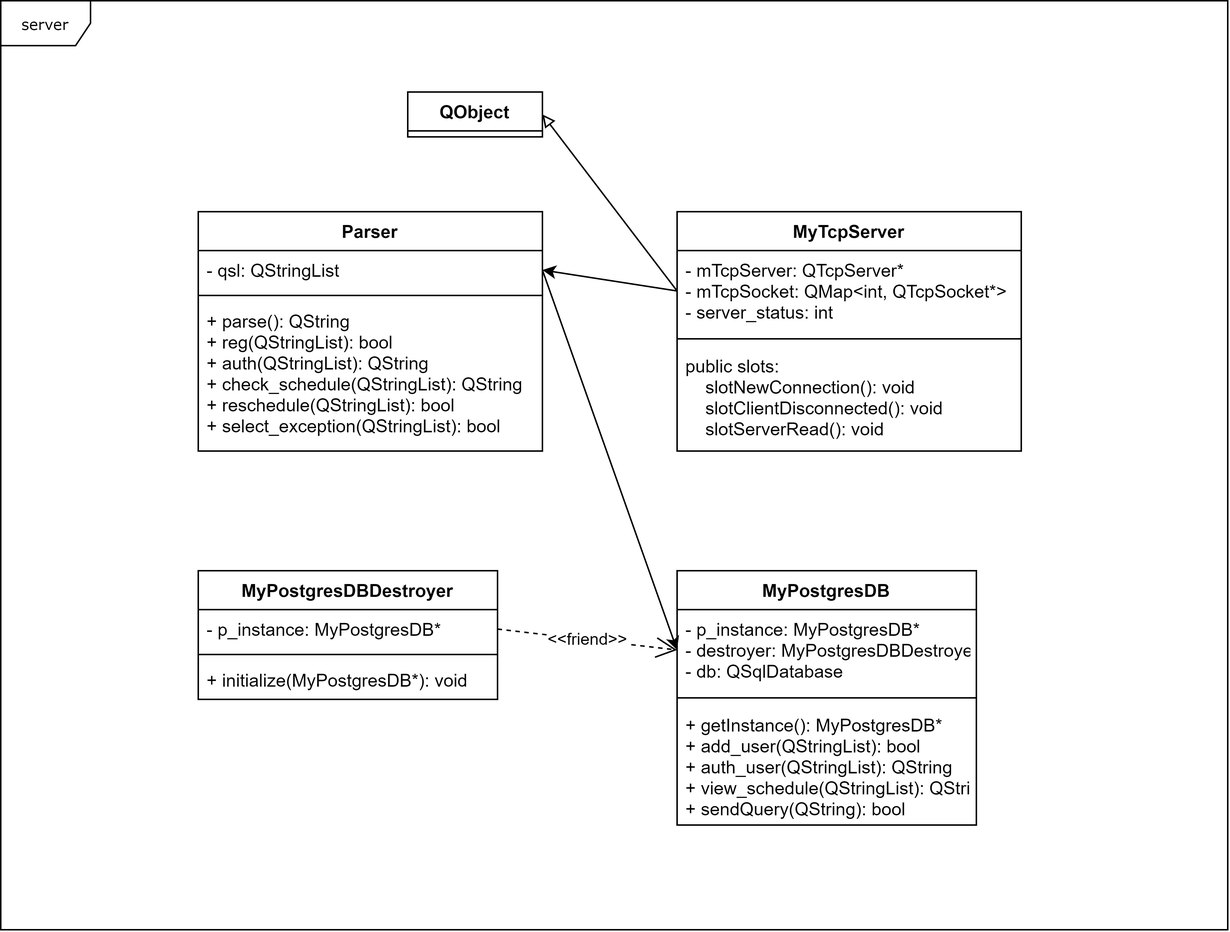
Above: files/class diagram/server_class_diagram.png in zefixed/raspyxxx (draw.io), before the change. Source tidied: cells renumbered, new cells last; positions are measured from the earlier drawing's top-left corner, leaving out a move shared by most shapes. Source of this version:
```xml
<mxGraphModel>
  <root>
    <mxCell id="0" />
    <mxCell id="1" parent="0" />
    <mxCell id="2" value="server" style="shape=umlFrame;whiteSpace=wrap;html=1;rounded=0;shadow=0;comic=0;labelBackgroundColor=none;strokeWidth=1;fontFamily=Verdana;fontSize=10;align=center;" parent="1" vertex="1">
      <mxGeometry width="820" height="621" as="geometry" />
    </mxCell>
    <mxCell id="3" value="Parser" style="swimlane;fontStyle=1;align=center;verticalAlign=top;horizontal=1;startSize=26;" parent="1" vertex="1">
      <mxGeometry x="132" y="141" width="230" height="160" as="geometry" />
    </mxCell>
    <mxCell id="4" value="- qsl: QStringList" style="text;strokeColor=none;fillColor=none;align=left;verticalAlign=top;spacingLeft=4;spacingRight=4;overflow=hidden;points=[[0,0.5],[1,0.5]];portConstraint=eastwest;" parent="3" vertex="1">
      <mxGeometry y="26" width="230" height="26" as="geometry" />
    </mxCell>
    <mxCell id="5" style="line;strokeWidth=1;fillColor=none;align=left;verticalAlign=middle;spacingTop=-1;spacingLeft=3;spacingRight=3;labelPosition=right;strokeColor=inherit;" parent="3" vertex="1">
      <mxGeometry y="52" width="230" height="8" as="geometry" />
    </mxCell>
    <mxCell id="6" value="+ parse(): QString&#10;+ reg(QStringList): bool&#10;+ auth(QStringList): QString&#10;+ check_schedule(QStringList): QString&#10;+ reschedule(QStringList): bool&#10;+ select_exception(QStringList): bool" style="text;strokeColor=none;fillColor=none;align=left;verticalAlign=top;spacingLeft=4;spacingRight=4;overflow=hidden;" parent="3" vertex="1">
      <mxGeometry y="60" width="230" height="100" as="geometry" />
    </mxCell>
    <mxCell id="7" value="MyPostgresDBDestroyer" style="swimlane;fontStyle=1;align=center;verticalAlign=top;horizontal=1;startSize=26;" parent="1" vertex="1">
      <mxGeometry x="132" y="381" width="200" height="86" as="geometry" />
    </mxCell>
    <mxCell id="8" value="- p_instance: MyPostgresDB*" style="text;strokeColor=none;fillColor=none;align=left;verticalAlign=top;spacingLeft=4;spacingRight=4;overflow=hidden;points=[[0,0.5],[1,0.5]];portConstraint=eastwest;" parent="7" vertex="1">
      <mxGeometry y="26" width="200" height="26" as="geometry" />
    </mxCell>
    <mxCell id="9" style="line;strokeWidth=1;fillColor=none;align=left;verticalAlign=middle;spacingTop=-1;spacingLeft=3;spacingRight=3;labelPosition=right;strokeColor=inherit;" parent="7" vertex="1">
      <mxGeometry y="52" width="200" height="8" as="geometry" />
    </mxCell>
    <mxCell id="10" value="+ initialize(MyPostgresDB*): void" style="text;strokeColor=none;fillColor=none;align=left;verticalAlign=top;spacingLeft=4;spacingRight=4;overflow=hidden;" parent="7" vertex="1">
      <mxGeometry y="60" width="200" height="26" as="geometry" />
    </mxCell>
    <mxCell id="11" value="MyTcpServer" style="swimlane;fontStyle=1;align=center;verticalAlign=top;horizontal=1;startSize=26;" parent="1" vertex="1">
      <mxGeometry x="452" y="141" width="230" height="160" as="geometry" />
    </mxCell>
    <mxCell id="12" value="- mTcpServer: QTcpServer*&#10;- mTcpSocket: QMap&lt;int, QTcpSocket*&gt;&#10;- server_status: int" style="text;strokeColor=none;fillColor=none;align=left;verticalAlign=top;spacingLeft=4;spacingRight=4;overflow=hidden;points=[[0,0.5],[1,0.5]];portConstraint=eastwest;" parent="11" vertex="1">
      <mxGeometry y="26" width="230" height="54" as="geometry" />
    </mxCell>
    <mxCell id="13" style="line;strokeWidth=1;fillColor=none;align=left;verticalAlign=middle;spacingTop=-1;spacingLeft=3;spacingRight=3;labelPosition=right;strokeColor=inherit;" parent="11" vertex="1">
      <mxGeometry y="80" width="230" height="10" as="geometry" />
    </mxCell>
    <mxCell id="14" value="public slots:&#10;    slotNewConnection(): void&#10;    slotClientDisconnected(): void&#10;    slotServerRead(): void " style="text;strokeColor=none;fillColor=none;align=left;verticalAlign=top;spacingLeft=4;spacingRight=4;overflow=hidden;" parent="11" vertex="1">
      <mxGeometry y="90" width="230" height="70" as="geometry" />
    </mxCell>
    <mxCell id="15" value="MyPostgresDB" style="swimlane;fontStyle=1;align=center;verticalAlign=top;horizontal=1;startSize=26;" parent="1" vertex="1">
      <mxGeometry x="452" y="381" width="200" height="170" as="geometry" />
    </mxCell>
    <mxCell id="16" value="- p_instance: MyPostgresDB*&#10;- destroyer: MyPostgresDBDestroyer&#10;- db: QSqlDatabase" style="text;strokeColor=none;fillColor=none;align=left;verticalAlign=top;spacingLeft=4;spacingRight=4;overflow=hidden;points=[[0,0.5],[1,0.5]];portConstraint=eastwest;" parent="15" vertex="1">
      <mxGeometry y="26" width="200" height="54" as="geometry" />
    </mxCell>
    <mxCell id="17" style="line;strokeWidth=1;fillColor=none;align=left;verticalAlign=middle;spacingTop=-1;spacingLeft=3;spacingRight=3;labelPosition=right;strokeColor=inherit;" parent="15" vertex="1">
      <mxGeometry y="80" width="200" height="10" as="geometry" />
    </mxCell>
    <mxCell id="18" value="+ getInstance(): MyPostgresDB*&#10;+ add_user(QStringList): bool&#10;+ auth_user(QStringList): QString&#10;+ view_schedule(QStringList): QString&#10;+ sendQuery(QString): bool" style="text;strokeColor=none;fillColor=none;align=left;verticalAlign=top;spacingLeft=4;spacingRight=4;overflow=hidden;" parent="15" vertex="1">
      <mxGeometry y="90" width="200" height="80" as="geometry" />
    </mxCell>
    <mxCell id="19" style="endArrow=classic;html=1;rounded=0;exitX=1;exitY=0.5;exitDx=0;exitDy=0;entryX=0;entryY=0.5;entryDx=0;entryDy=0;" parent="1" edge="1" source="4" target="16">
      <mxGeometry relative="1" as="geometry" />
    </mxCell>
    <mxCell id="20" style="endArrow=classic;html=1;rounded=0;entryX=1;entryY=0.5;entryDx=0;entryDy=0;exitX=0;exitY=0.5;exitDx=0;exitDy=0;" parent="1" edge="1" source="12" target="4">
      <mxGeometry relative="1" as="geometry" />
    </mxCell>
    <mxCell id="21" value="QObject" style="swimlane;fontStyle=1;align=center;verticalAlign=top;horizontal=1;startSize=26;" parent="1" vertex="1" collapsed="1">
      <mxGeometry x="272" y="61" width="90" height="30" as="geometry" />
    </mxCell>
    <mxCell id="22" style="endArrow=block;html=1;rounded=0;exitX=0;exitY=0.5;exitDx=0;exitDy=0;entryX=1;entryY=0.5;entryDx=0;entryDy=0;endFill=0;" parent="1" edge="1" source="12" target="21">
      <mxGeometry relative="1" as="geometry" />
    </mxCell>
    <mxCell id="23" value="&amp;lt;&amp;lt;friend&amp;gt;&amp;gt;" style="endArrow=open;endSize=12;dashed=1;html=1;rounded=0;entryX=0;entryY=0.5;entryDx=0;entryDy=0;exitX=1;exitY=0.5;exitDx=0;exitDy=0;" parent="1" edge="1" source="8" target="16">
      <mxGeometry relative="1" as="geometry" />
    </mxCell>
  </root>
</mxGraphModel>
```
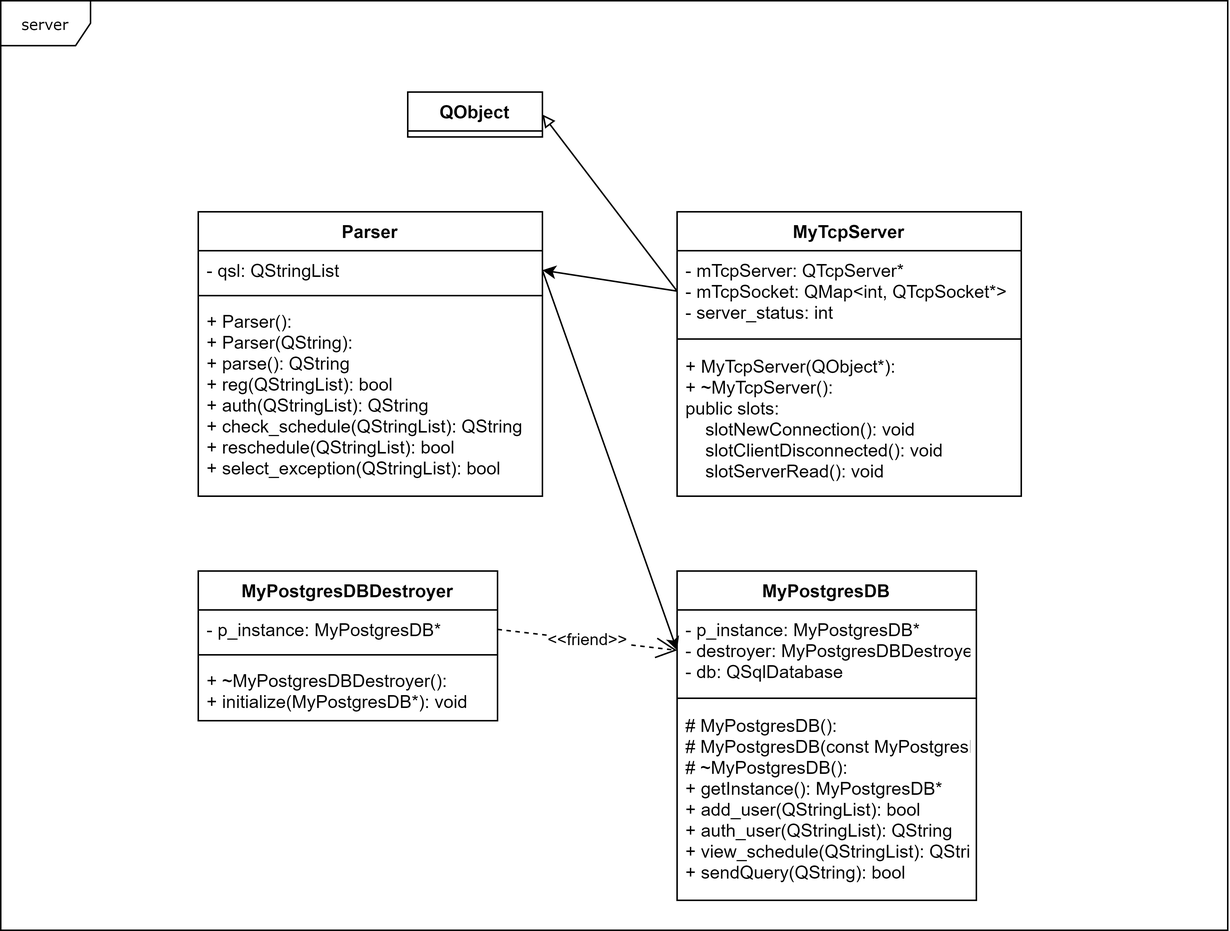
The same file after the commit.

What changed in the source:
```diff
@@ -6,7 +6,7 @@
       <mxGeometry width="820" height="621" as="geometry" />
     </mxCell>
     <mxCell id="3" value="Parser" style="swimlane;fontStyle=1;align=center;verticalAlign=top;horizontal=1;startSize=26;" parent="1" vertex="1">
-      <mxGeometry x="132" y="141" width="230" height="160" as="geometry" />
+      <mxGeometry x="132" y="141" width="230" height="190" as="geometry" />
     </mxCell>
     <mxCell id="4" value="- qsl: QStringList" style="text;strokeColor=none;fillColor=none;align=left;verticalAlign=top;spacingLeft=4;spacingRight=4;overflow=hidden;points=[[0,0.5],[1,0.5]];portConstraint=eastwest;" parent="3" vertex="1">
       <mxGeometry y="26" width="230" height="26" as="geometry" />
@@ -14,11 +14,11 @@
     <mxCell id="5" style="line;strokeWidth=1;fillColor=none;align=left;verticalAlign=middle;spacingTop=-1;spacingLeft=3;spacingRight=3;labelPosition=right;strokeColor=inherit;" parent="3" vertex="1">
       <mxGeometry y="52" width="230" height="8" as="geometry" />
     </mxCell>
-    <mxCell id="6" value="+ parse(): QString&#10;+ reg(QStringList): bool&#10;+ auth(QStringList): QString&#10;+ check_schedule(QStringList): QString&#10;+ reschedule(QStringList): bool&#10;+ select_exception(QStringList): bool" style="text;strokeColor=none;fillColor=none;align=left;verticalAlign=top;spacingLeft=4;spacingRight=4;overflow=hidden;" parent="3" vertex="1">
-      <mxGeometry y="60" width="230" height="100" as="geometry" />
+    <mxCell id="6" value="+ Parser():&#10;+ Parser(QString):&#10;+ parse(): QString&#10;+ reg(QStringList): bool&#10;+ auth(QStringList): QString&#10;+ check_schedule(QStringList): QString&#10;+ reschedule(QStringList): bool&#10;+ select_exception(QStringList): bool" style="text;strokeColor=none;fillColor=none;align=left;verticalAlign=top;spacingLeft=4;spacingRight=4;overflow=hidden;" parent="3" vertex="1">
+      <mxGeometry y="60" width="230" height="130" as="geometry" />
     </mxCell>
     <mxCell id="7" value="MyPostgresDBDestroyer" style="swimlane;fontStyle=1;align=center;verticalAlign=top;horizontal=1;startSize=26;" parent="1" vertex="1">
-      <mxGeometry x="132" y="381" width="200" height="86" as="geometry" />
+      <mxGeometry x="132" y="381" width="200" height="100" as="geometry" />
     </mxCell>
     <mxCell id="8" value="- p_instance: MyPostgresDB*" style="text;strokeColor=none;fillColor=none;align=left;verticalAlign=top;spacingLeft=4;spacingRight=4;overflow=hidden;points=[[0,0.5],[1,0.5]];portConstraint=eastwest;" parent="7" vertex="1">
       <mxGeometry y="26" width="200" height="26" as="geometry" />
@@ -26,11 +26,11 @@
     <mxCell id="9" style="line;strokeWidth=1;fillColor=none;align=left;verticalAlign=middle;spacingTop=-1;spacingLeft=3;spacingRight=3;labelPosition=right;strokeColor=inherit;" parent="7" vertex="1">
       <mxGeometry y="52" width="200" height="8" as="geometry" />
     </mxCell>
-    <mxCell id="10" value="+ initialize(MyPostgresDB*): void" style="text;strokeColor=none;fillColor=none;align=left;verticalAlign=top;spacingLeft=4;spacingRight=4;overflow=hidden;" parent="7" vertex="1">
-      <mxGeometry y="60" width="200" height="26" as="geometry" />
+    <mxCell id="10" value="+ ~MyPostgresDBDestroyer(): &#10;+ initialize(MyPostgresDB*): void" style="text;strokeColor=none;fillColor=none;align=left;verticalAlign=top;spacingLeft=4;spacingRight=4;overflow=hidden;" parent="7" vertex="1">
+      <mxGeometry y="60" width="200" height="40" as="geometry" />
     </mxCell>
     <mxCell id="11" value="MyTcpServer" style="swimlane;fontStyle=1;align=center;verticalAlign=top;horizontal=1;startSize=26;" parent="1" vertex="1">
-      <mxGeometry x="452" y="141" width="230" height="160" as="geometry" />
+      <mxGeometry x="452" y="141" width="230" height="190" as="geometry" />
     </mxCell>
     <mxCell id="12" value="- mTcpServer: QTcpServer*&#10;- mTcpSocket: QMap&lt;int, QTcpSocket*&gt;&#10;- server_status: int" style="text;strokeColor=none;fillColor=none;align=left;verticalAlign=top;spacingLeft=4;spacingRight=4;overflow=hidden;points=[[0,0.5],[1,0.5]];portConstraint=eastwest;" parent="11" vertex="1">
       <mxGeometry y="26" width="230" height="54" as="geometry" />
@@ -38,11 +38,11 @@
     <mxCell id="13" style="line;strokeWidth=1;fillColor=none;align=left;verticalAlign=middle;spacingTop=-1;spacingLeft=3;spacingRight=3;labelPosition=right;strokeColor=inherit;" parent="11" vertex="1">
       <mxGeometry y="80" width="230" height="10" as="geometry" />
     </mxCell>
-    <mxCell id="14" value="public slots:&#10;    slotNewConnection(): void&#10;    slotClientDisconnected(): void&#10;    slotServerRead(): void " style="text;strokeColor=none;fillColor=none;align=left;verticalAlign=top;spacingLeft=4;spacingRight=4;overflow=hidden;" parent="11" vertex="1">
-      <mxGeometry y="90" width="230" height="70" as="geometry" />
+    <mxCell id="14" value="+ MyTcpServer(QObject*): &#10;+ ~MyTcpServer(): &#10;public slots:&#10;    slotNewConnection(): void&#10;    slotClientDisconnected(): void&#10;    slotServerRead(): void " style="text;strokeColor=none;fillColor=none;align=left;verticalAlign=top;spacingLeft=4;spacingRight=4;overflow=hidden;" parent="11" vertex="1">
+      <mxGeometry y="90" width="230" height="100" as="geometry" />
     </mxCell>
     <mxCell id="15" value="MyPostgresDB" style="swimlane;fontStyle=1;align=center;verticalAlign=top;horizontal=1;startSize=26;" parent="1" vertex="1">
-      <mxGeometry x="452" y="381" width="200" height="170" as="geometry" />
+      <mxGeometry x="452" y="381" width="200" height="220" as="geometry" />
     </mxCell>
     <mxCell id="16" value="- p_instance: MyPostgresDB*&#10;- destroyer: MyPostgresDBDestroyer&#10;- db: QSqlDatabase" style="text;strokeColor=none;fillColor=none;align=left;verticalAlign=top;spacingLeft=4;spacingRight=4;overflow=hidden;points=[[0,0.5],[1,0.5]];portConstraint=eastwest;" parent="15" vertex="1">
       <mxGeometry y="26" width="200" height="54" as="geometry" />
@@ -50,8 +50,8 @@
     <mxCell id="17" style="line;strokeWidth=1;fillColor=none;align=left;verticalAlign=middle;spacingTop=-1;spacingLeft=3;spacingRight=3;labelPosition=right;strokeColor=inherit;" parent="15" vertex="1">
       <mxGeometry y="80" width="200" height="10" as="geometry" />
     </mxCell>
-    <mxCell id="18" value="+ getInstance(): MyPostgresDB*&#10;+ add_user(QStringList): bool&#10;+ auth_user(QStringList): QString&#10;+ view_schedule(QStringList): QString&#10;+ sendQuery(QString): bool" style="text;strokeColor=none;fillColor=none;align=left;verticalAlign=top;spacingLeft=4;spacingRight=4;overflow=hidden;" parent="15" vertex="1">
-      <mxGeometry y="90" width="200" height="80" as="geometry" />
+    <mxCell id="18" value="# MyPostgresDB(): &#10;# MyPostgresDB(const MyPostgresDB&amp;)&#10;# ~MyPostgresDB(): &#10;+ getInstance(): MyPostgresDB*&#10;+ add_user(QStringList): bool&#10;+ auth_user(QStringList): QString&#10;+ view_schedule(QStringList): QString&#10;+ sendQuery(QString): bool" style="text;strokeColor=none;fillColor=none;align=left;verticalAlign=top;spacingLeft=4;spacingRight=4;overflow=hidden;" parent="15" vertex="1">
+      <mxGeometry y="90" width="200" height="130" as="geometry" />
     </mxCell>
     <mxCell id="19" style="endArrow=classic;html=1;rounded=0;exitX=1;exitY=0.5;exitDx=0;exitDy=0;entryX=0;entryY=0.5;entryDx=0;entryDy=0;" parent="1" edge="1" source="4" target="16">
       <mxGeometry relative="1" as="geometry" />
```
